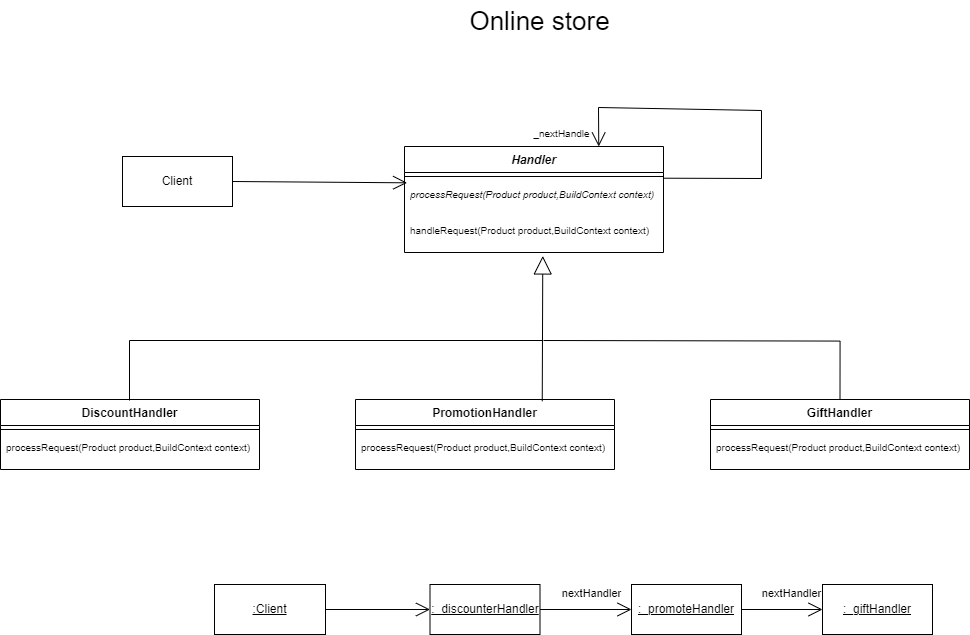
Before: diagram.drawio.png, a diagram exported from draw.io (xiangxiang3451/OOAP_03). Source tidied: cells renumbered, new cells last; positions are measured from the earlier drawing's top-left corner, leaving out a move shared by most shapes.
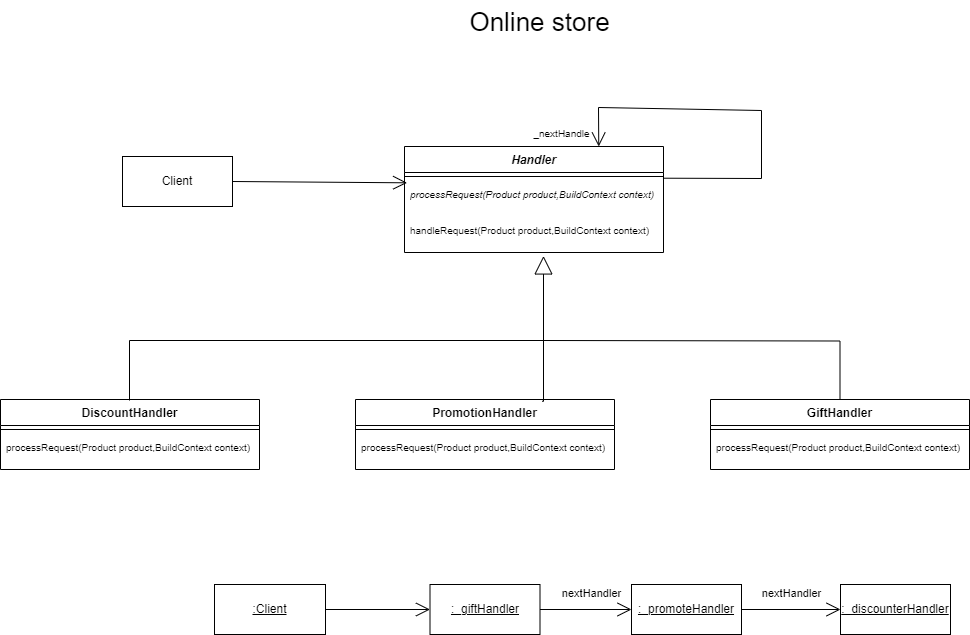
Above is the later version.

Change to the diagram source:
```diff
@@ -83,14 +83,14 @@
     <mxCell id="23" value="&lt;u&gt;:Client&lt;/u&gt;" style="html=1;whiteSpace=wrap;" parent="1" vertex="1">
       <mxGeometry x="214" y="584" width="111" height="50" as="geometry" />
     </mxCell>
-    <mxCell id="24" value="&lt;u&gt;:_discounterHandler&lt;/u&gt;" style="html=1;whiteSpace=wrap;" parent="1" vertex="1">
+    <mxCell id="24" value="&lt;u&gt;:_giftHandler&lt;/u&gt;" style="html=1;whiteSpace=wrap;" parent="1" vertex="1">
       <mxGeometry x="429.5" y="584" width="110" height="50" as="geometry" />
     </mxCell>
     <mxCell id="25" value="&lt;u&gt;:_promoteHandler&lt;/u&gt;" style="html=1;whiteSpace=wrap;" parent="1" vertex="1">
       <mxGeometry x="631" y="584" width="110" height="50" as="geometry" />
     </mxCell>
-    <mxCell id="26" value="&lt;u&gt;:_giftHandler&lt;/u&gt;" style="html=1;whiteSpace=wrap;" parent="1" vertex="1">
-      <mxGeometry x="822" y="584" width="110" height="50" as="geometry" />
+    <mxCell id="26" value="&lt;u&gt;:_discounterHandler&lt;/u&gt;" style="html=1;whiteSpace=wrap;" parent="1" vertex="1">
+      <mxGeometry x="840" y="584" width="110" height="50" as="geometry" />
     </mxCell>
     <mxCell id="27" style="endArrow=open;endFill=1;endSize=12;html=1;rounded=0;fontSize=12;curved=1;entryX=0;entryY=0.5;entryDx=0;entryDy=0;exitX=1;exitY=0.5;exitDx=0;exitDy=0;" parent="1" edge="1" source="23" target="24">
       <mxGeometry relative="1" as="geometry" />
```
